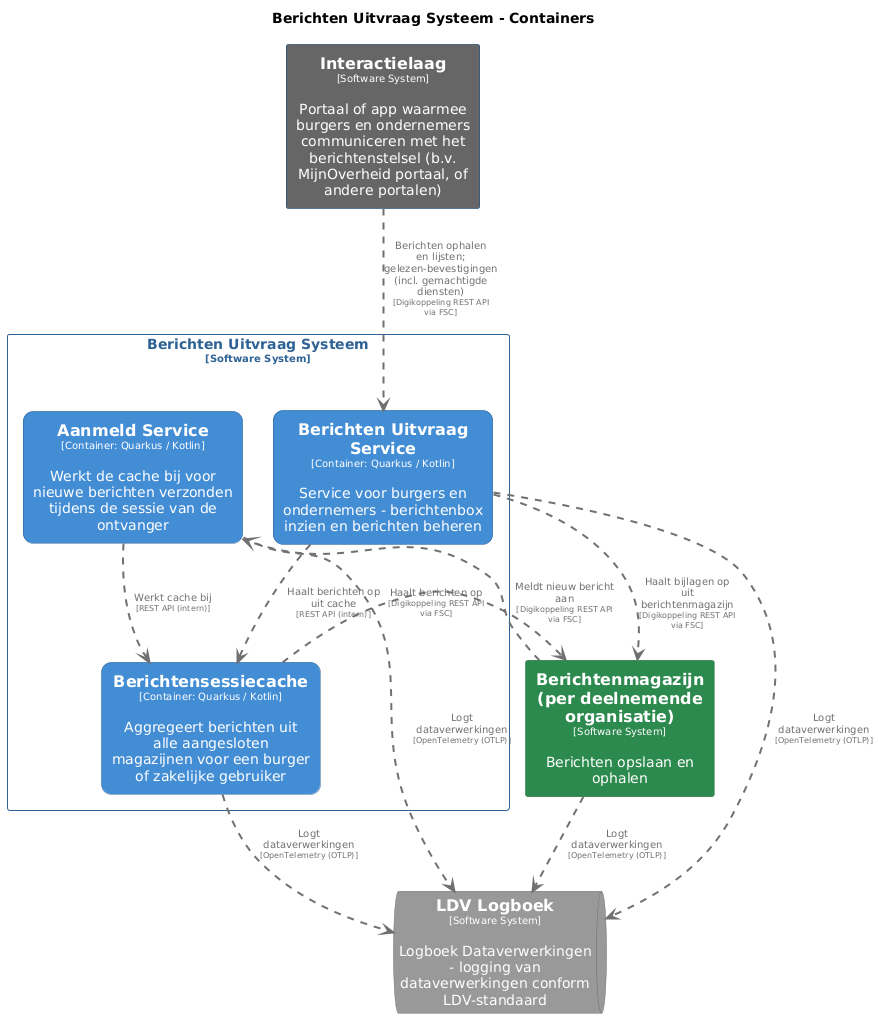
MinBZK/moza-poc-fbs-berichtenbox keeps this PlantUML diagram as pr-preview/pr-22/master/png/BerichtenUitvraagSysteemContainers.png. Above is the earlier version.
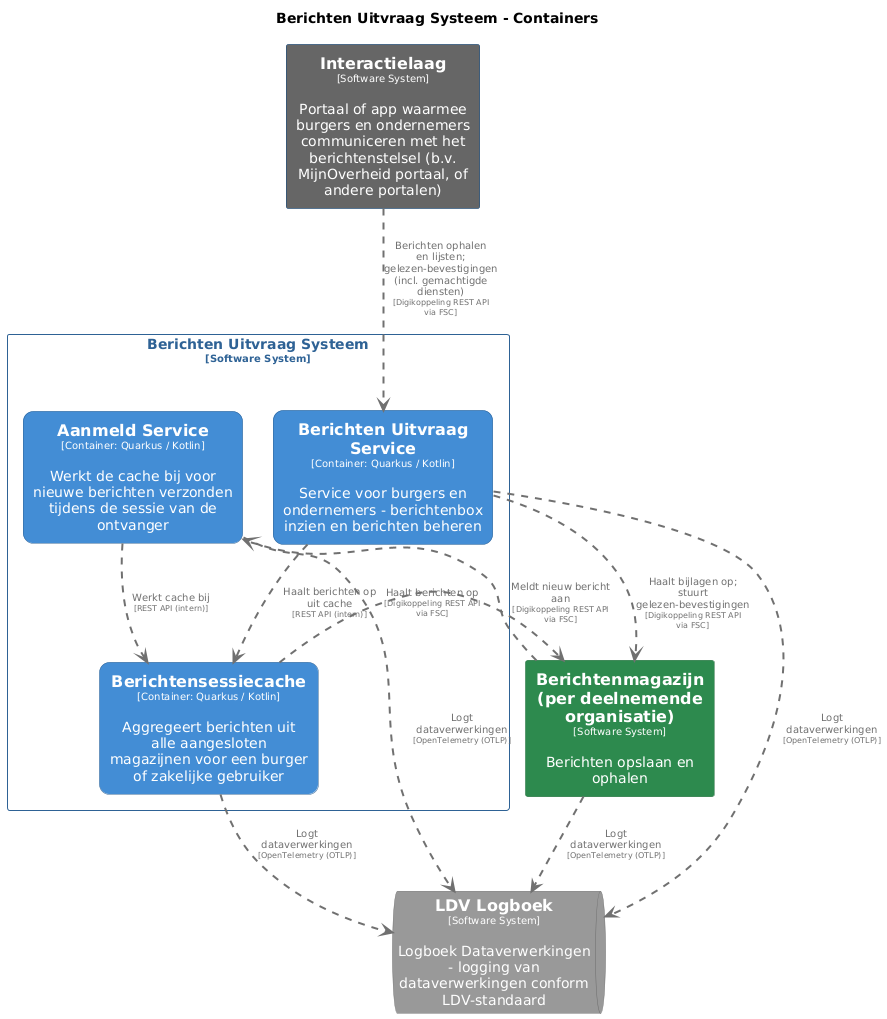
The same diagram one commit later.

Change to the diagram source:
```diff
@@ -77,7 +77,7 @@
 BerichtenUitvraagSysteem.AanmeldService .[#707070,thickness=2].> BerichtenUitvraagSysteem.Berichtensessiecache : "<color:#707070>Werkt cache bij\n<color:#707070><size:8>[REST API (intern)]</size>"
 BerichtenUitvraagSysteem.BerichtenUitvraagService .[#707070,thickness=2].> BerichtenUitvraagSysteem.Berichtensessiecache : "<color:#707070>Haalt berichten op uit cache\n<color:#707070><size:8>[REST API (intern)]</size>"
 Interactielaag .[#707070,thickness=2].> BerichtenUitvraagSysteem.BerichtenUitvraagService : "<color:#707070>Berichten ophalen en lijsten; gelezen-bevestigingen (incl. gemachtigde diensten)\n<color:#707070><size:8>[Digikoppeling REST API via FSC]</size>"
-BerichtenUitvraagSysteem.BerichtenUitvraagService .[#707070,thickness=2].> Berichtenmagazijnperdeelnemendeorganisatie : "<color:#707070>Haalt bijlagen op uit berichtenmagazijn\n<color:#707070><size:8>[Digikoppeling REST API via FSC]</size>"
+BerichtenUitvraagSysteem.BerichtenUitvraagService .[#707070,thickness=2].> Berichtenmagazijnperdeelnemendeorganisatie : "<color:#707070>Haalt bijlagen op; stuurt gelezen-bevestigingen\n<color:#707070><size:8>[Digikoppeling REST API via FSC]</size>"
 Berichtenmagazijnperdeelnemendeorganisatie .[#707070,thickness=2].> BerichtenUitvraagSysteem.AanmeldService : "<color:#707070>Meldt nieuw bericht aan\n<color:#707070><size:8>[Digikoppeling REST API via FSC]</size>"
 BerichtenUitvraagSysteem.Berichtensessiecache .[#707070,thickness=2].> Berichtenmagazijnperdeelnemendeorganisatie : "<color:#707070>Haalt berichten op\n<color:#707070><size:8>[Digikoppeling REST API via FSC]</size>"
 @enduml
```
